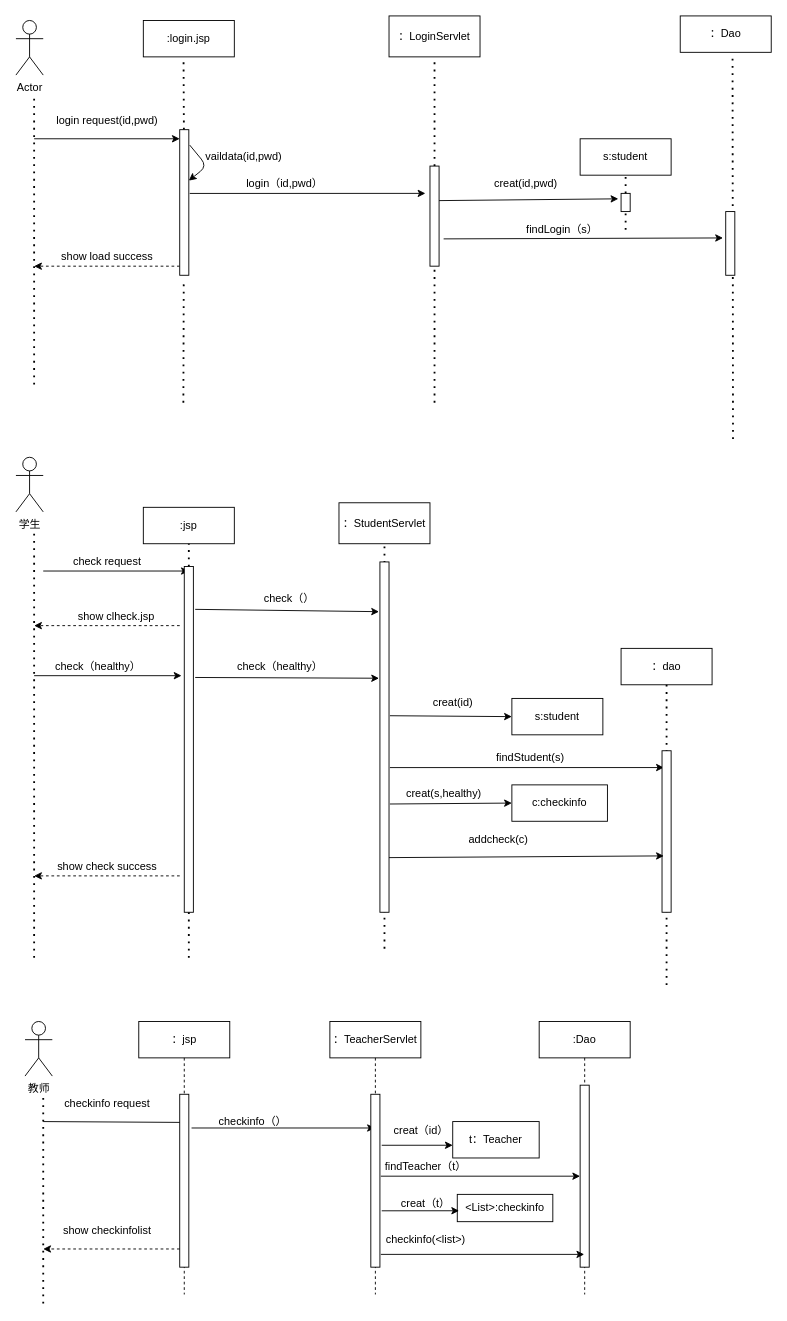
The draw.io diagram 顺序图.drawio in a26680533/idcardgenerator, before the edit. Source tidied: cells renumbered, new cells numbered last; positions are measured from the earlier drawing's top-left corner, leaving out a move shared by most shapes. Both pictures are drawn from the tidied source at 91%, with x=0, y=0 at pixel (15, 15).
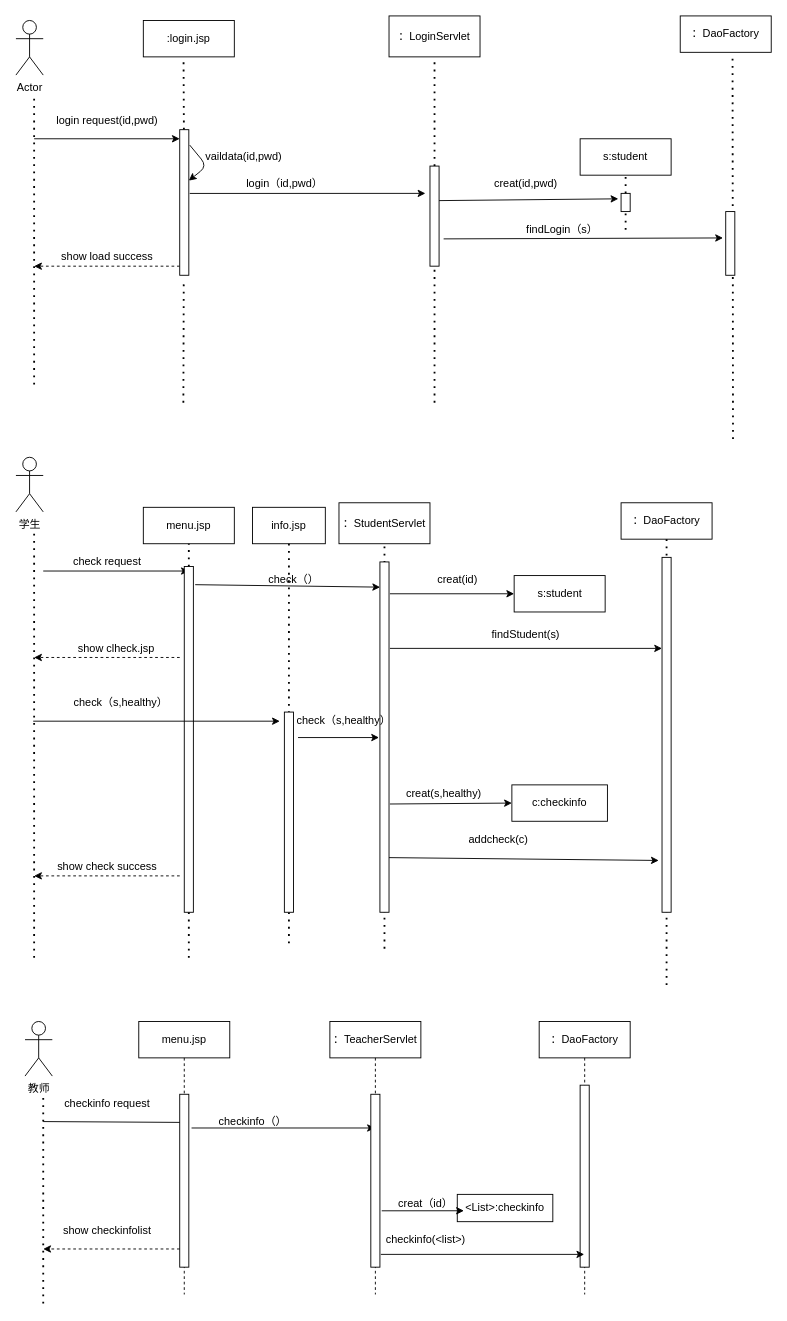
Above is the later version.

Commit message:
更新顺序图.drawio

Unchanged cells that the change refers to:
```xml
<mxCell id="41" style="rounded=0;whiteSpace=wrap;html=1;" parent="1" vertex="1">
  <mxGeometry x="185" y="605" width="10" height="380" as="geometry" />
</mxCell>
<mxCell id="44" style="rounded=0;whiteSpace=wrap;html=1;" parent="1" vertex="1">
  <mxGeometry x="400" y="600" width="10" height="385" as="geometry" />
</mxCell>
<mxCell id="70" style="rounded=0;whiteSpace=wrap;html=1;" parent="69" vertex="1">
  <mxGeometry x="45" y="70" width="10" height="200" as="geometry" />
</mxCell>
<mxCell id="75" style="rounded=0;whiteSpace=wrap;html=1;" parent="1" vertex="1">
  <mxGeometry x="390" y="1185" width="10" height="190" as="geometry" />
</mxCell>
```

What changed in the source:
```diff
@@
-    <mxCell id="5" value="：Dao" style="rounded=0;whiteSpace=wrap;html=1;" parent="1" vertex="1">
+    <mxCell id="5" value="：DaoFactory" style="rounded=0;whiteSpace=wrap;html=1;" parent="1" vertex="1">
       <mxGeometry x="730" width="100" height="40" as="geometry" />
     </mxCell>
@@
     <mxCell id="19" style="endArrow=classic;html=1;dashed=1;" parent="1" edge="1">
       <mxGeometry relative="1" as="geometry">
-        <mxPoint x="180" y="670" as="sourcePoint" />
-        <mxPoint x="20" y="670" as="targetPoint" />
+        <mxPoint x="180" y="705" as="sourcePoint" />
+        <mxPoint x="20" y="705" as="targetPoint" />
       </mxGeometry>
     </mxCell>
     <mxCell id="20" value="show clheck.jsp" style="text;html=1;align=center;verticalAlign=middle;" parent="1" vertex="1">
-      <mxGeometry x="60" y="650" width="100" height="20" as="geometry" />
+      <mxGeometry x="60" y="685" width="100" height="20" as="geometry" />
     </mxCell>
@@
-    <mxCell id="32" style="endArrow=classic;html=1;exitX=1.2;exitY=0.124;exitDx=0;exitDy=0;exitPerimeter=0;entryX=-0.1;entryY=0.142;entryDx=0;entryDy=0;entryPerimeter=0;" parent="1" edge="1" source="41" target="44">
-      <mxGeometry relative="1" as="geometry" />
+    <mxCell id="32" style="endArrow=classic;html=1;entryX=0.021;entryY=0.072;entryDx=0;entryDy=0;entryPerimeter=0;" parent="1" edge="1" target="44">
+      <mxGeometry relative="1" as="geometry">
+        <mxPoint x="197" y="625" as="sourcePoint" />
+      </mxGeometry>
     </mxCell>
     <mxCell id="33" value="check（）" style="text;html=1;align=center;verticalAlign=middle;" parent="1" vertex="1">
-      <mxGeometry x="265" y="630" width="70" height="20" as="geometry" />
+      <mxGeometry x="270" y="610" width="70" height="20" as="geometry" />
     </mxCell>
-    <mxCell id="34" value=":jsp" style="rounded=0;whiteSpace=wrap;html=1;" parent="1" vertex="1">
+    <mxCell id="34" value="menu.jsp" style="rounded=0;whiteSpace=wrap;html=1;" parent="1" vertex="1">
       <mxGeometry x="140" y="540" width="100" height="40" as="geometry" />
     </mxCell>
@@
-    <mxCell id="36" value="：dao" style="rounded=0;whiteSpace=wrap;html=1;" parent="1" vertex="1">
-      <mxGeometry x="665" y="695" width="100" height="40" as="geometry" />
+    <mxCell id="36" value="：DaoFactory" style="rounded=0;whiteSpace=wrap;html=1;" parent="1" vertex="1">
+      <mxGeometry x="665" y="535" width="100" height="40" as="geometry" />
     </mxCell>
@@
     <mxCell id="45" style="endArrow=classic;html=1;" parent="1" edge="1">
       <mxGeometry relative="1" as="geometry">
-        <mxPoint x="20" y="725" as="sourcePoint" />
-        <mxPoint x="182" y="725" as="targetPoint" />
+        <mxPoint x="19" y="775" as="sourcePoint" />
+        <mxPoint x="290" y="775" as="targetPoint" />
       </mxGeometry>
     </mxCell>
-    <mxCell id="46" value="check（healthy）" style="text;html=1;align=center;verticalAlign=middle;" parent="1" vertex="1">
-      <mxGeometry x="35" y="705" width="110" height="20" as="geometry" />
+    <mxCell id="46" value="check（s,healthy）" style="text;html=1;align=center;verticalAlign=middle;" parent="1" vertex="1">
+      <mxGeometry x="55" y="745" width="120" height="20" as="geometry" />
     </mxCell>
-    <mxCell id="47" style="endArrow=classic;html=1;entryX=-0.1;entryY=0.332;entryDx=0;entryDy=0;entryPerimeter=0;exitX=1.2;exitY=0.321;exitDx=0;exitDy=0;exitPerimeter=0;" parent="1" edge="1" source="41" target="44">
-      <mxGeometry relative="1" as="geometry" />
+    <mxCell id="47" style="endArrow=classic;html=1;" parent="1" edge="1">
+      <mxGeometry relative="1" as="geometry">
+        <mxPoint x="310" y="793" as="sourcePoint" />
+        <mxPoint x="399" y="793" as="targetPoint" />
+      </mxGeometry>
     </mxCell>
-    <mxCell id="48" value="check（healthy）" style="text;html=1;align=center;verticalAlign=middle;" parent="1" vertex="1">
-      <mxGeometry x="235" y="705" width="110" height="20" as="geometry" />
+    <mxCell id="48" value="check（s,healthy）" style="text;html=1;align=center;verticalAlign=middle;" parent="1" vertex="1">
+      <mxGeometry x="300" y="765" width="120" height="20" as="geometry" />
     </mxCell>
@@
     <mxCell id="51" value="creat(id)" style="text;html=1;align=center;verticalAlign=middle;" parent="1" vertex="1">
-      <mxGeometry x="450" y="745" width="60" height="20" as="geometry" />
+      <mxGeometry x="455" y="610" width="60" height="20" as="geometry" />
     </mxCell>
     <mxCell id="52" value="s:student" style="rounded=0;whiteSpace=wrap;html=1;" parent="1" vertex="1">
-      <mxGeometry x="545" y="750" width="100" height="40" as="geometry" />
+      <mxGeometry x="547.5" y="615" width="100" height="40" as="geometry" />
     </mxCell>
-    <mxCell id="53" style="endArrow=classic;html=1;exitX=1.1;exitY=0.439;exitDx=0;exitDy=0;exitPerimeter=0;entryX=0;entryY=0.5;entryDx=0;entryDy=0;" parent="1" edge="1" source="44" target="52">
-      <mxGeometry relative="1" as="geometry" />
+    <mxCell id="53" style="endArrow=classic;html=1;entryX=0;entryY=0.5;entryDx=0;entryDy=0;" parent="1" edge="1" target="52">
+      <mxGeometry relative="1" as="geometry">
+        <mxPoint x="411" y="635" as="sourcePoint" />
+      </mxGeometry>
     </mxCell>
-    <mxCell id="54" style="endArrow=classic;html=1;entryX=0.2;entryY=0.104;entryDx=0;entryDy=0;entryPerimeter=0;" parent="1" edge="1" target="56">
+    <mxCell id="54" style="endArrow=classic;html=1;" parent="1" edge="1">
       <mxGeometry relative="1" as="geometry">
-        <mxPoint x="411" y="826" as="sourcePoint" />
+        <mxPoint x="411" y="695" as="sourcePoint" />
+        <mxPoint x="710" y="695" as="targetPoint" />
       </mxGeometry>
     </mxCell>
@@
     <mxCell id="56" style="rounded=0;whiteSpace=wrap;html=1;" parent="1" vertex="1">
-      <mxGeometry x="710" y="807.5" width="10" height="177.5" as="geometry" />
+      <mxGeometry x="710" y="595" width="10" height="390" as="geometry" />
     </mxCell>
     <mxCell id="57" value="findStudent(s)" style="text;html=1;align=center;verticalAlign=middle;" parent="1" vertex="1">
-      <mxGeometry x="520" y="805" width="90" height="20" as="geometry" />
+      <mxGeometry x="515" y="670" width="90" height="20" as="geometry" />
     </mxCell>
@@
-    <mxCell id="61" style="endArrow=classic;html=1;exitX=1;exitY=0.844;exitDx=0;exitDy=0;exitPerimeter=0;entryX=0.2;entryY=0.651;entryDx=0;entryDy=0;entryPerimeter=0;" parent="1" edge="1" source="44" target="56">
+    <mxCell id="61" style="endArrow=classic;html=1;exitX=1;exitY=0.844;exitDx=0;exitDy=0;exitPerimeter=0;entryX=-0.359;entryY=0.854;entryDx=0;entryDy=0;entryPerimeter=0;" parent="1" edge="1" source="44" target="56">
       <mxGeometry relative="1" as="geometry" />
     </mxCell>
@@
-    <mxCell id="67" value="：jsp" style="shape=umlLifeline;perimeter=lifelinePerimeter;whiteSpace=wrap;html=1;" parent="1" vertex="1">
+    <mxCell id="67" value="menu.jsp" style="shape=umlLifeline;perimeter=lifelinePerimeter;whiteSpace=wrap;html=1;" parent="1" vertex="1">
       <mxGeometry x="135" y="1105" width="100" height="300" as="geometry" />
     </mxCell>
@@
-    <mxCell id="69" value=":Dao" style="shape=umlLifeline;perimeter=lifelinePerimeter;whiteSpace=wrap;html=1;outlineConnect=0;" parent="1" vertex="1">
+    <mxCell id="69" value="：DaoFactory" style="shape=umlLifeline;perimeter=lifelinePerimeter;whiteSpace=wrap;html=1;outlineConnect=0;" parent="1" vertex="1">
       <mxGeometry x="575" y="1105" width="100" height="300" as="geometry" />
     </mxCell>
@@
-    <mxCell id="77" value="t：Teacher" style="rounded=0;whiteSpace=wrap;html=1;" parent="1" vertex="1">
-      <mxGeometry x="480" y="1215" width="95" height="40" as="geometry" />
-    </mxCell>
-    <mxCell id="78" style="endArrow=classic;html=1;exitX=1.2;exitY=0.295;exitDx=0;exitDy=0;exitPerimeter=0;" parent="1" edge="1" source="75">
-      <mxGeometry relative="1" as="geometry">
-        <mxPoint x="480" y="1241" as="targetPoint" />
-      </mxGeometry>
-    </mxCell>
-    <mxCell id="79" value="creat（id）" style="text;html=1;align=center;verticalAlign=middle;" parent="1" vertex="1">
-      <mxGeometry x="405" y="1215" width="80" height="20" as="geometry" />
-    </mxCell>
@@
-    <mxCell id="81" value="creat（t）" style="text;html=1;align=center;verticalAlign=middle;points=[];" parent="1" vertex="1">
-      <mxGeometry x="415" y="1295" width="70" height="20" as="geometry" />
+    <mxCell id="81" value="creat（id）" style="text;html=1;align=center;verticalAlign=middle;points=[];" parent="1" vertex="1">
+      <mxGeometry x="410" y="1295" width="80" height="20" as="geometry" />
     </mxCell>
@@
-    <mxCell id="87" style="endArrow=classic;html=1;entryX=0;entryY=0.5;entryDx=0;entryDy=0;" parent="1" edge="1" target="70">
-      <mxGeometry relative="1" as="geometry">
-        <mxPoint x="401" y="1275" as="sourcePoint" />
-      </mxGeometry>
-    </mxCell>
-    <mxCell id="88" value="findTeacher（t）" style="text;html=1;align=center;verticalAlign=middle;" parent="1" vertex="1">
-      <mxGeometry x="400" y="1255" width="100" height="20" as="geometry" />
-    </mxCell>
+    <mxCell id="89" value="info.jsp" style="rounded=0;whiteSpace=wrap;html=1;" parent="1" vertex="1">
+      <mxGeometry x="260" y="540" width="80" height="40" as="geometry" />
+    </mxCell>
+    <mxCell id="90" style="endArrow=none;dashed=1;html=1;dashPattern=1 3;strokeWidth=2;exitX=0.5;exitY=1;exitDx=0;exitDy=0;" parent="1" edge="1" source="91">
+      <mxGeometry relative="1" as="geometry">
+        <mxPoint x="300" y="1020" as="targetPoint" />
+      </mxGeometry>
+    </mxCell>
+    <mxCell id="91" style="rounded=0;whiteSpace=wrap;html=1;" parent="1" vertex="1">
+      <mxGeometry x="295" y="765" width="10" height="220" as="geometry" />
+    </mxCell>
+    <mxCell id="92" style="endArrow=none;dashed=1;html=1;dashPattern=1 3;strokeWidth=2;exitX=0.5;exitY=1;exitDx=0;exitDy=0;" parent="1" edge="1" source="89" target="91">
+      <mxGeometry relative="1" as="geometry" />
+    </mxCell>
```
